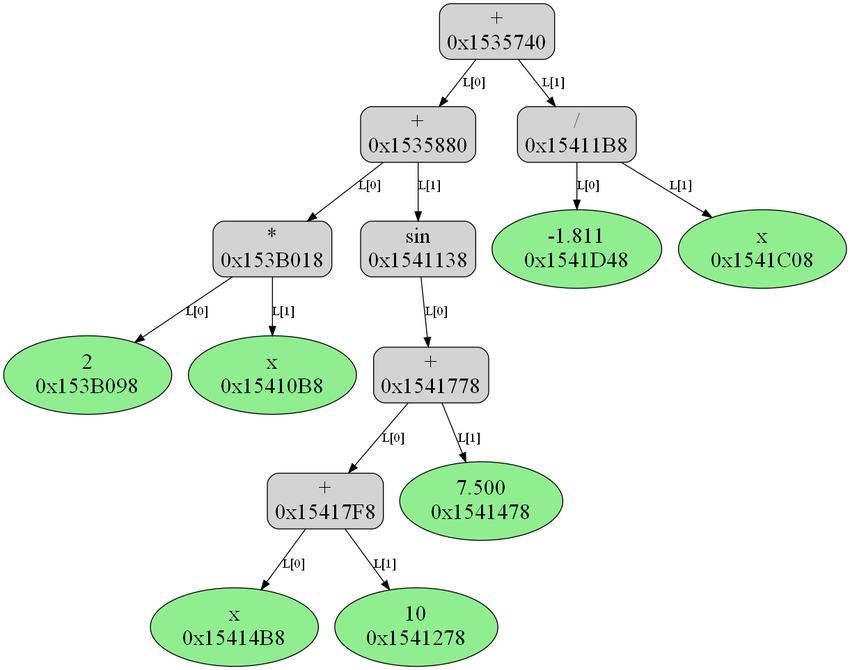
This is Differentiator/simplifiedTree.png from Nechda/Techno_track, a Graphviz export, as it was before one commit. Its source is kept beside it as Differentiator/simplifiedTree.dot.
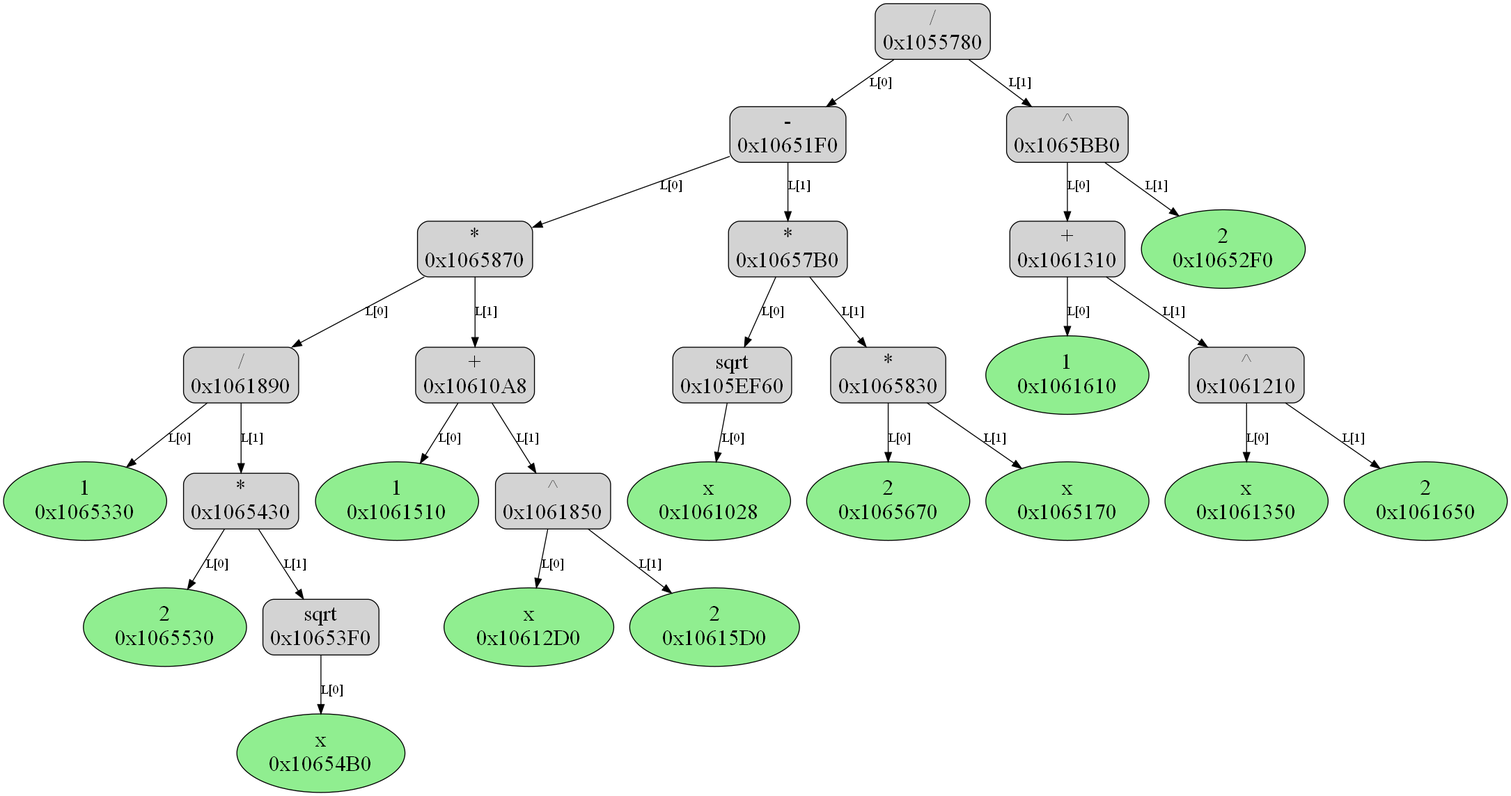
After the change.

Change to the diagram source:
```diff
@@ -1,71 +1,136 @@
 digraph{
 node [color = "black", fontsize = 24, shape = "box", style = "filled, rounded", fillcolor = "lightgray"]
 edge [color = "black", fontsize = 24]
+"1
+0x1065330" [shape = "ellipse", fillcolor = "lightgreen"]
 "2
-0x153B098" [shape = "ellipse", fillcolor = "lightgreen"]
+0x1065530" [shape = "ellipse", fillcolor = "lightgreen"]
 "x
-0x15410B8" [shape = "ellipse", fillcolor = "lightgreen"]
+0x10654B0" [shape = "ellipse", fillcolor = "lightgreen"]
+ "sqrt
+0x10653F0"
+ "sqrt
+0x10653F0" ->  "x
+0x10654B0" [label = "L[0]", fontsize = 14]
  "*
-0x153B018"
+0x1065430"
  "*
-0x153B018" ->  "2
-0x153B098" [label = "L[0]", fontsize = 14]
+0x1065430" ->  "2
+0x1065530" [label = "L[0]", fontsize = 14]
  "*
-0x153B018" ->  "x
-0x15410B8" [label = "L[1]", fontsize = 14]
+0x1065430" ->  "sqrt
+0x10653F0" [label = "L[1]", fontsize = 14]
+ "/
+0x1061890"
+ "/
+0x1061890" ->  "1
+0x1065330" [label = "L[0]", fontsize = 14]
+ "/
+0x1061890" ->  "*
+0x1065430" [label = "L[1]", fontsize = 14]
+"1
+0x1061510" [shape = "ellipse", fillcolor = "lightgreen"]
 "x
-0x15414B8" [shape = "ellipse", fillcolor = "lightgreen"]
-"10
-0x1541278" [shape = "ellipse", fillcolor = "lightgreen"]
+0x10612D0" [shape = "ellipse", fillcolor = "lightgreen"]
+"2
+0x10615D0" [shape = "ellipse", fillcolor = "lightgreen"]
+ "^
+0x1061850"
+ "^
+0x1061850" ->  "x
+0x10612D0" [label = "L[0]", fontsize = 14]
+ "^
+0x1061850" ->  "2
+0x10615D0" [label = "L[1]", fontsize = 14]
  "+
-0x15417F8"
+0x10610A8"
  "+
-0x15417F8" ->  "x
-0x15414B8" [label = "L[0]", fontsize = 14]
+0x10610A8" ->  "1
+0x1061510" [label = "L[0]", fontsize = 14]
  "+
-0x15417F8" ->  "10
-0x1541278" [label = "L[1]", fontsize = 14]
-"7.500
-0x1541478" [shape = "ellipse", fillcolor = "lightgreen"]
+0x10610A8" ->  "^
+0x1061850" [label = "L[1]", fontsize = 14]
+ "*
+0x1065870"
+ "*
+0x1065870" ->  "/
+0x1061890" [label = "L[0]", fontsize = 14]
+ "*
+0x1065870" ->  "+
+0x10610A8" [label = "L[1]", fontsize = 14]
+"x
+0x1061028" [shape = "ellipse", fillcolor = "lightgreen"]
+ "sqrt
+0x105EF60"
+ "sqrt
+0x105EF60" ->  "x
+0x1061028" [label = "L[0]", fontsize = 14]
+"2
+0x1065670" [shape = "ellipse", fillcolor = "lightgreen"]
+"x
+0x1065170" [shape = "ellipse", fillcolor = "lightgreen"]
+ "*
+0x1065830"
+ "*
+0x1065830" ->  "2
+0x1065670" [label = "L[0]", fontsize = 14]
+ "*
+0x1065830" ->  "x
+0x1065170" [label = "L[1]", fontsize = 14]
+ "*
+0x10657B0"
+ "*
+0x10657B0" ->  "sqrt
+0x105EF60" [label = "L[0]", fontsize = 14]
+ "*
+0x10657B0" ->  "*
+0x1065830" [label = "L[1]", fontsize = 14]
+ "-
+0x10651F0"
+ "-
+0x10651F0" ->  "*
+0x1065870" [label = "L[0]", fontsize = 14]
+ "-
+0x10651F0" ->  "*
+0x10657B0" [label = "L[1]", fontsize = 14]
+"1
+0x1061610" [shape = "ellipse", fillcolor = "lightgreen"]
+"x
+0x1061350" [shape = "ellipse", fillcolor = "lightgreen"]
+"2
+0x1061650" [shape = "ellipse", fillcolor = "lightgreen"]
+ "^
+0x1061210"
+ "^
+0x1061210" ->  "x
+0x1061350" [label = "L[0]", fontsize = 14]
+ "^
+0x1061210" ->  "2
+0x1061650" [label = "L[1]", fontsize = 14]
  "+
-0x1541778"
+0x1061310"
  "+
-0x1541778" ->  "+
-0x15417F8" [label = "L[0]", fontsize = 14]
+0x1061310" ->  "1
+0x1061610" [label = "L[0]", fontsize = 14]
  "+
-0x1541778" ->  "7.500
-0x1541478" [label = "L[1]", fontsize = 14]
- "sin
-0x1541138"
- "sin
-0x1541138" ->  "+
-0x1541778" [label = "L[0]", fontsize = 14]
- "+
-0x1535880"
- "+
-0x1535880" ->  "*
-0x153B018" [label = "L[0]", fontsize = 14]
- "+
-0x1535880" ->  "sin
-0x1541138" [label = "L[1]", fontsize = 14]
-"-1.811
-0x1541D48" [shape = "ellipse", fillcolor = "lightgreen"]
-"x
-0x1541C08" [shape = "ellipse", fillcolor = "lightgreen"]
+0x1061310" ->  "^
+0x1061210" [label = "L[1]", fontsize = 14]
+"2
+0x10652F0" [shape = "ellipse", fillcolor = "lightgreen"]
+ "^
+0x1065BB0"
+ "^
+0x1065BB0" ->  "+
+0x1061310" [label = "L[0]", fontsize = 14]
+ "^
+0x1065BB0" ->  "2
+0x10652F0" [label = "L[1]", fontsize = 14]
  "/
-0x15411B8"
+0x1055780"
  "/
-0x15411B8" ->  "-1.811
-0x1541D48" [label = "L[0]", fontsize = 14]
+0x1055780" ->  "-
+0x10651F0" [label = "L[0]", fontsize = 14]
  "/
-0x15411B8" ->  "x
-0x1541C08" [label = "L[1]", fontsize = 14]
- "+
-0x1535740"
- "+
-0x1535740" ->  "+
-0x1535880" [label = "L[0]", fontsize = 14]
- "+
-0x1535740" ->  "/
-0x15411B8" [label = "L[1]", fontsize = 14]
+0x1055780" ->  "^
+0x1065BB0" [label = "L[1]", fontsize = 14]
 }
```
